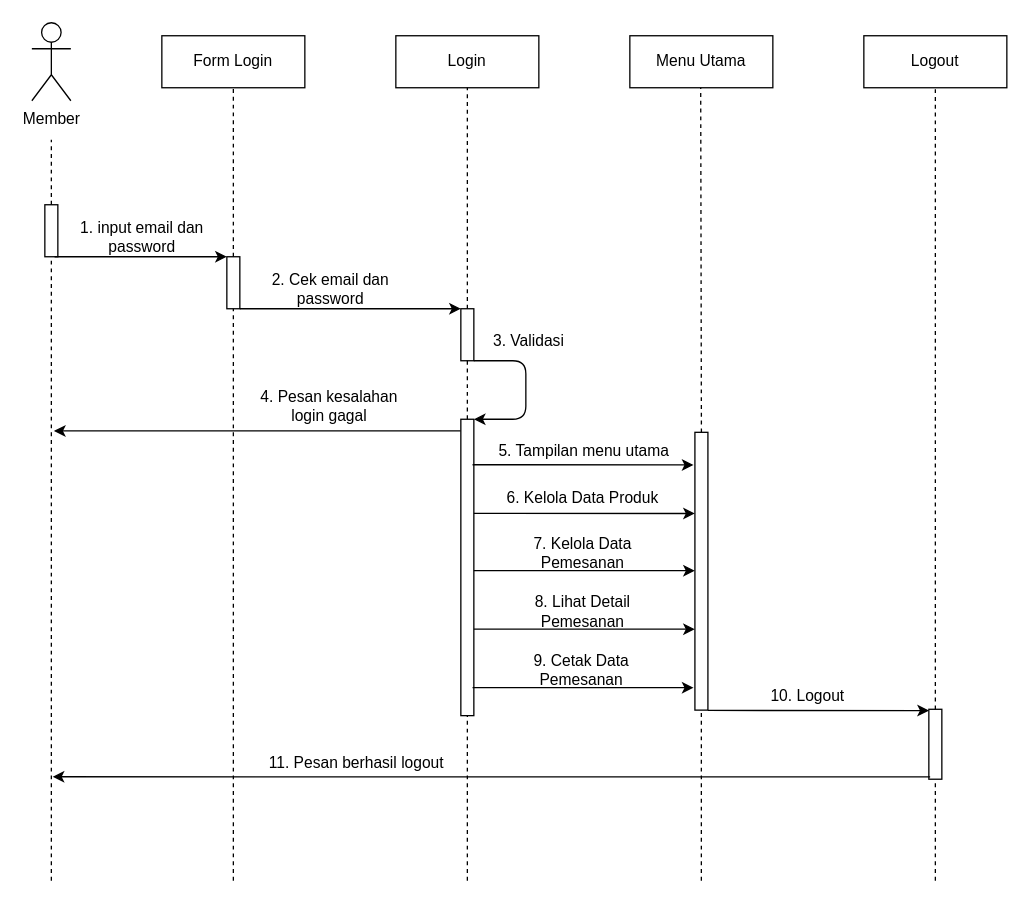
Earlier version of the draw.io diagram page "SQ-Admin" (9 of 22) of SKRIPSI ADITYA HIDAYATULLAH/ARSIP/FILE MASTER DESAIN/DESAIN DIAGRAM ADTYA HIDAYATULLAH.drawio (Khairul122/JK-WebEcommerce-ED). Source tidied: cells renumbered, new cells numbered last; positions are measured from the earlier drawing's top-left corner, leaving out a move shared by most shapes. Both pictures are drawn from the tidied source at 130%, with x=0, y=0 at pixel (25, 22).
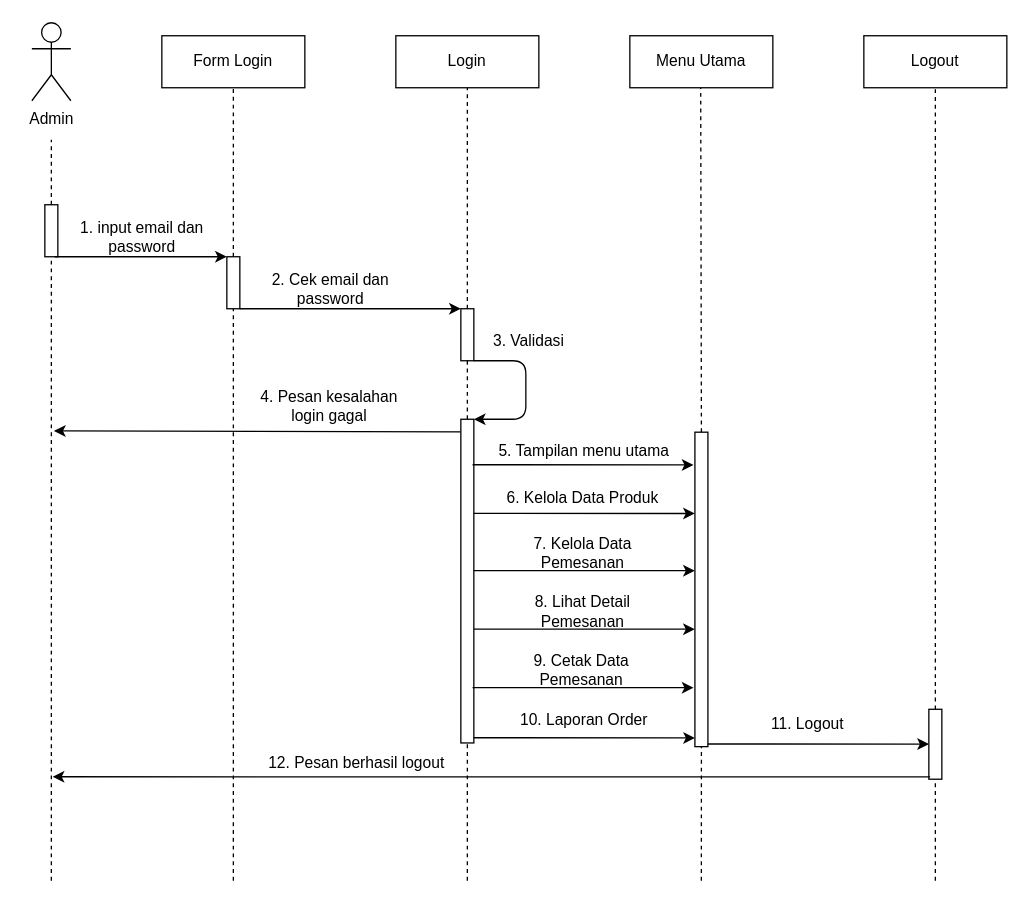
The same diagram, later.

Diff of the diagram source:
```diff
@@
-    <mxCell id="2" value="Member" style="shape=umlActor;verticalLabelPosition=bottom;verticalAlign=top;html=1;" parent="1" vertex="1">
+    <mxCell id="2" value="Admin" style="shape=umlActor;verticalLabelPosition=bottom;verticalAlign=top;html=1;" parent="1" vertex="1">
       <mxGeometry x="5" width="30" height="60" as="geometry" />
     </mxCell>
@@
     <mxCell id="18" style="rounded=0;whiteSpace=wrap;html=1;strokeWidth=1;fillColor=#FFFFFF;rotation=-90;" parent="1" vertex="1">
-      <mxGeometry x="226" y="414" width="228" height="10" as="geometry" />
+      <mxGeometry x="215.5" y="424.5" width="249" height="10" as="geometry" />
     </mxCell>
@@
     <mxCell id="24" style="rounded=0;whiteSpace=wrap;html=1;strokeWidth=1;fillColor=#FFFFFF;rotation=-90;" parent="1" vertex="1">
-      <mxGeometry x="413.2" y="416.9" width="213.7" height="10" as="geometry" />
+      <mxGeometry x="399.1" y="430.9" width="241.9" height="10" as="geometry" />
     </mxCell>
@@
     <mxCell id="39" style="endArrow=classic;html=1;exitX=0.721;exitY=0.992;exitDx=0;exitDy=0;exitPerimeter=0;entryX=0.8;entryY=0;entryDx=0;entryDy=0;entryPerimeter=0;" parent="1" edge="1">
       <mxGeometry relative="1" as="geometry">
-        <mxPoint x="525" y="529" as="sourcePoint" />
-        <mxPoint x="695.1" y="529.1" as="targetPoint" />
+        <mxPoint x="525" y="554.8" as="sourcePoint" />
+        <mxPoint x="695.1" y="554.9" as="targetPoint" />
       </mxGeometry>
     </mxCell>
-    <mxCell id="40" value="10. Logout" style="text;html=1;strokeColor=none;fillColor=none;align=center;verticalAlign=middle;whiteSpace=wrap;rounded=0;" parent="1" vertex="1">
-      <mxGeometry x="532" y="508" width="140" height="20" as="geometry" />
+    <mxCell id="40" value="11. Logout" style="text;html=1;strokeColor=none;fillColor=none;align=center;verticalAlign=middle;whiteSpace=wrap;rounded=0;" parent="1" vertex="1">
+      <mxGeometry x="532" y="530" width="140" height="20" as="geometry" />
     </mxCell>
@@
-    <mxCell id="42" value="11. Pesan berhasil logout" style="text;html=1;strokeColor=none;fillColor=none;align=center;verticalAlign=middle;whiteSpace=wrap;rounded=0;" parent="1" vertex="1">
+    <mxCell id="42" value="12. Pesan berhasil logout" style="text;html=1;strokeColor=none;fillColor=none;align=center;verticalAlign=middle;whiteSpace=wrap;rounded=0;" parent="1" vertex="1">
       <mxGeometry x="165" y="560" width="180" height="20" as="geometry" />
     </mxCell>
@@
-    <mxCell id="44" style="endArrow=none;dashed=1;html=1;" parent="1" edge="1">
+    <mxCell id="44" style="endArrow=none;dashed=1;html=1;entryX=0;entryY=0.5;entryDx=0;entryDy=0;" parent="1" edge="1" target="24">
       <mxGeometry relative="1" as="geometry">
         <mxPoint x="520" y="660" as="sourcePoint" />
-        <mxPoint x="520" y="530" as="targetPoint" />
       </mxGeometry>
     </mxCell>
@@
+    <mxCell id="46" value="10. Laporan Order" style="text;html=1;strokeColor=none;fillColor=none;align=center;verticalAlign=middle;whiteSpace=wrap;rounded=0;" parent="1" vertex="1">
+      <mxGeometry x="360" y="527" width="140" height="20" as="geometry" />
+    </mxCell>
+    <mxCell id="47" style="endArrow=classic;html=1;exitX=0.721;exitY=0.992;exitDx=0;exitDy=0;exitPerimeter=0;entryX=0.8;entryY=0;entryDx=0;entryDy=0;entryPerimeter=0;" parent="1" edge="1">
+      <mxGeometry relative="1" as="geometry">
+        <mxPoint x="345" y="550" as="sourcePoint" />
+        <mxPoint x="515.1" y="550.1" as="targetPoint" />
+      </mxGeometry>
+    </mxCell>
```
